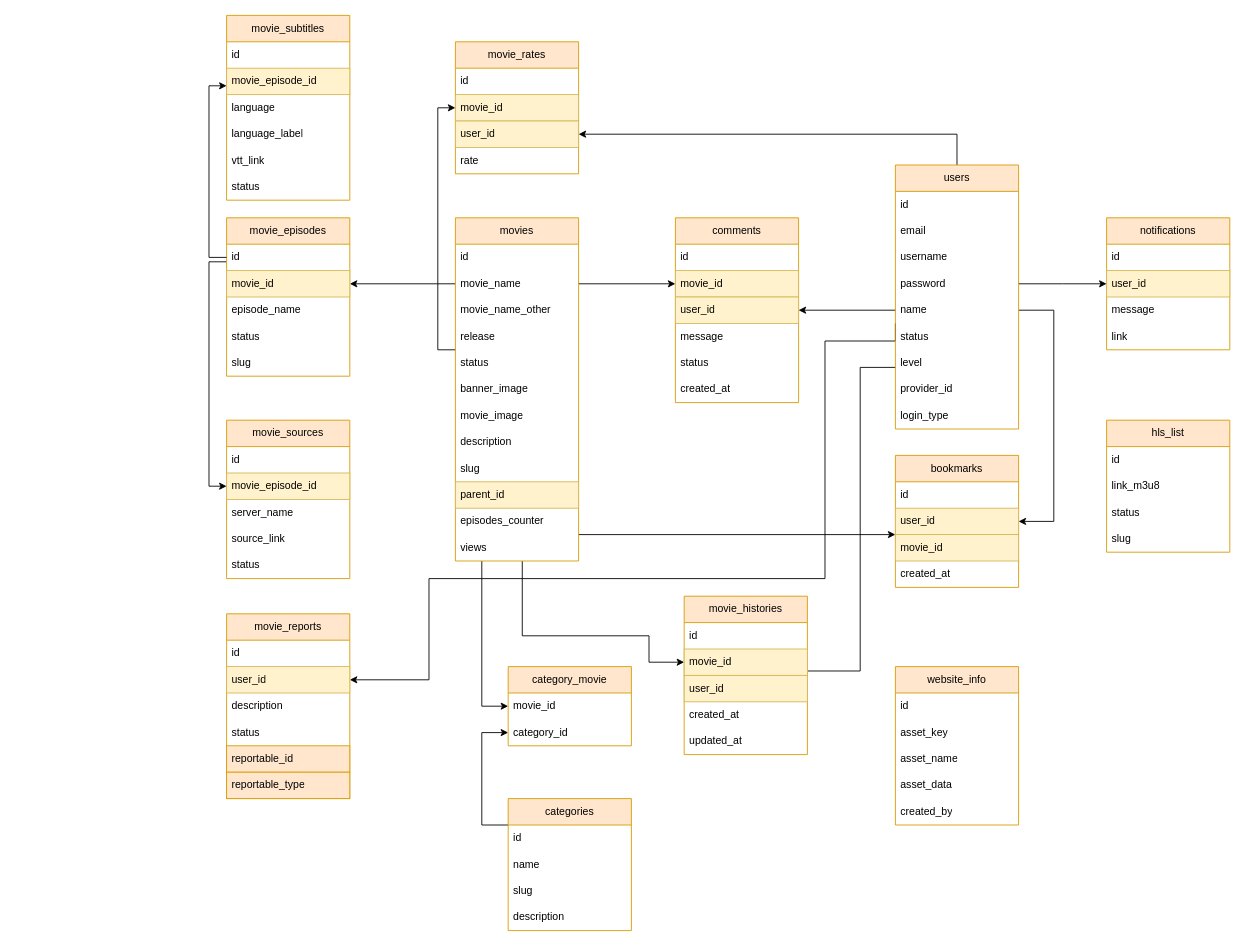
The draw.io diagram movies_erd.drawio in chinhps/movie-project, before the edit. Source tidied: cells renumbered, new cells numbered last; positions are measured from the earlier drawing's top-left corner, leaving out a move shared by most shapes. Both pictures are drawn from the tidied source at 88%, with x=0, y=0 at pixel (209, 15).
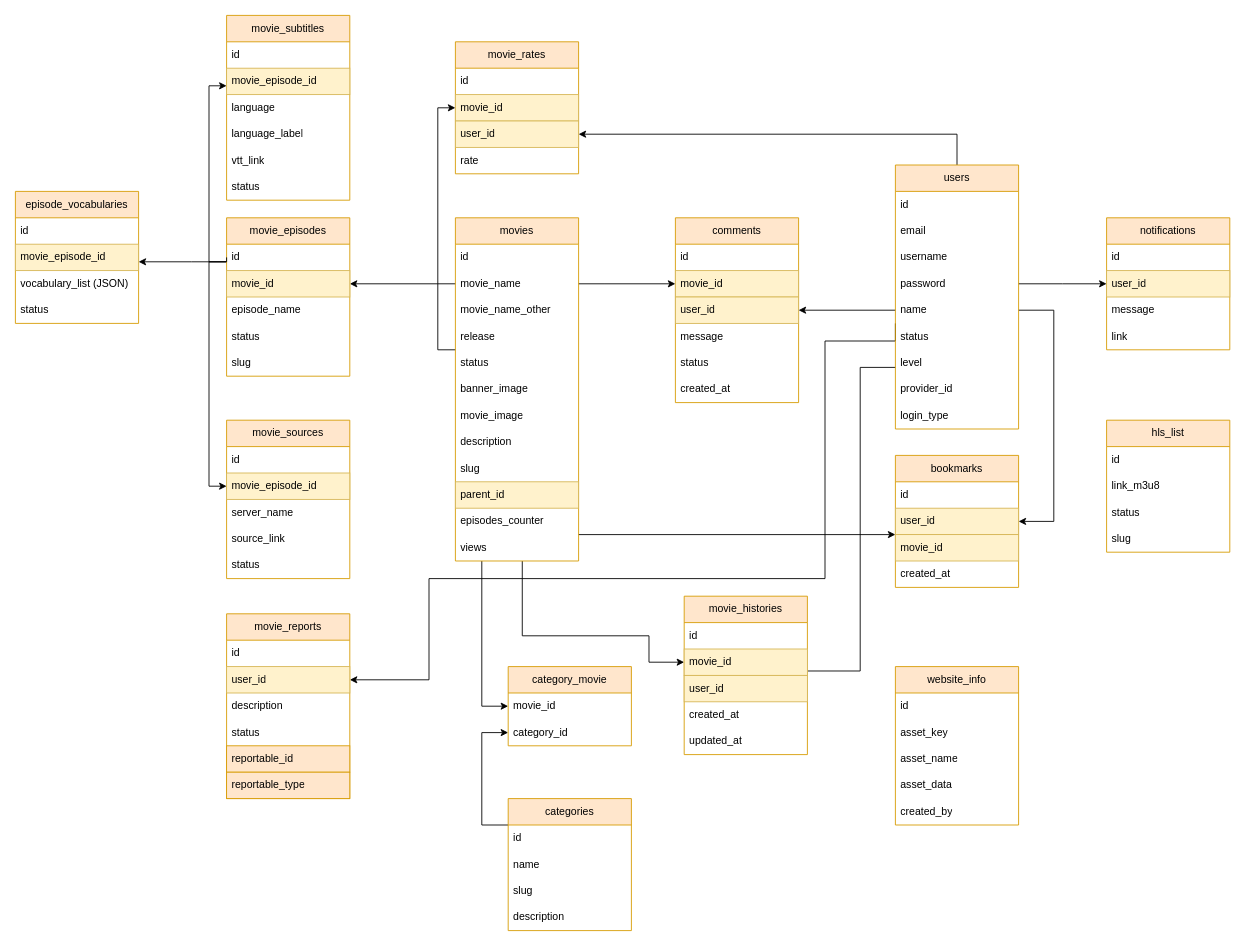
The same page after the edit.

Unchanged cells that the change refers to:
```xml
<mxCell id="22" value="movie_episodes" style="swimlane;fontStyle=0;horizontal=1;startSize=30;whiteSpace=wrap;html=1;fillColor=#ffe6cc;strokeColor=#d79b00;" parent="1" vertex="1">
  <mxGeometry x="20" y="230" width="140" height="180" as="geometry" />
</mxCell>
<mxCell id="23" value="id" style="text;strokeColor=none;fillColor=none;align=left;verticalAlign=middle;spacingLeft=4;spacingRight=4;overflow=hidden;points=[[0,0.5],[1,0.5]];portConstraint=eastwest;whiteSpace=wrap;html=1;" parent="22" vertex="1">
  <mxGeometry y="30" width="140" height="30" as="geometry" />
</mxCell>
<mxCell id="105" value="movie_subtitles" style="swimlane;fontStyle=0;horizontal=1;startSize=30;whiteSpace=wrap;html=1;fillColor=#ffe6cc;strokeColor=#d79b00;" parent="1" vertex="1">
  <mxGeometry x="20" width="140" height="210" as="geometry" />
</mxCell>
```

The edit, as a diff of the source:
```diff
@@
+    <mxCell id="113" style="edgeStyle=orthogonalEdgeStyle;rounded=0;jettySize=auto;html=1;" parent="1" edge="1" source="22" target="116">
+      <mxGeometry relative="1" as="geometry">
+        <Array as="points">
+          <mxPoint x="-20" y="280" />
+          <mxPoint x="-20" y="280" />
+        </Array>
+      </mxGeometry>
+    </mxCell>
@@
     <mxCell id="112" style="edgeStyle=orthogonalEdgeStyle;rounded=0;jettySize=auto;html=1;exitX=0;exitY=0.5;exitDx=0;exitDy=0;" parent="1" edge="1" source="23" target="105">
       <mxGeometry relative="1" as="geometry">
         <Array as="points">
-          <mxPoint y="275" />
+          <mxPoint x="20" y="280" />
+          <mxPoint y="280" />
           <mxPoint y="80" />
         </Array>
       </mxGeometry>
     </mxCell>
+    <mxCell id="114" value="episode_vocabularies" style="swimlane;fontStyle=0;horizontal=1;startSize=30;whiteSpace=wrap;html=1;fillColor=#ffe6cc;strokeColor=#d79b00;" parent="1" vertex="1">
+      <mxGeometry x="-220" y="200" width="140" height="150" as="geometry" />
+    </mxCell>
+    <mxCell id="115" value="id" style="text;strokeColor=none;fillColor=none;align=left;verticalAlign=middle;spacingLeft=4;spacingRight=4;overflow=hidden;whiteSpace=wrap;html=1;" parent="114" vertex="1">
+      <mxGeometry y="30" width="140" height="30" as="geometry" />
+    </mxCell>
+    <mxCell id="116" value="&lt;span style=&quot;text-align: center;&quot;&gt;movie_episode&lt;/span&gt;_id" style="text;strokeColor=#d6b656;fillColor=#fff2cc;align=left;verticalAlign=middle;spacingLeft=4;spacingRight=4;overflow=hidden;points=[[0,0.5],[1,0.5]];portConstraint=eastwest;whiteSpace=wrap;html=1;" parent="114" vertex="1">
+      <mxGeometry y="60" width="140" height="30" as="geometry" />
+    </mxCell>
+    <mxCell id="117" value="vocabulary_list (JSON)" style="text;strokeColor=none;fillColor=none;align=left;verticalAlign=middle;spacingLeft=4;spacingRight=4;overflow=hidden;whiteSpace=wrap;html=1;" parent="114" vertex="1">
+      <mxGeometry y="90" width="140" height="30" as="geometry" />
+    </mxCell>
+    <mxCell id="118" value="status" style="text;strokeColor=none;fillColor=none;align=left;verticalAlign=middle;spacingLeft=4;spacingRight=4;overflow=hidden;whiteSpace=wrap;html=1;" parent="114" vertex="1">
+      <mxGeometry y="120" width="140" height="30" as="geometry" />
+    </mxCell>
```
